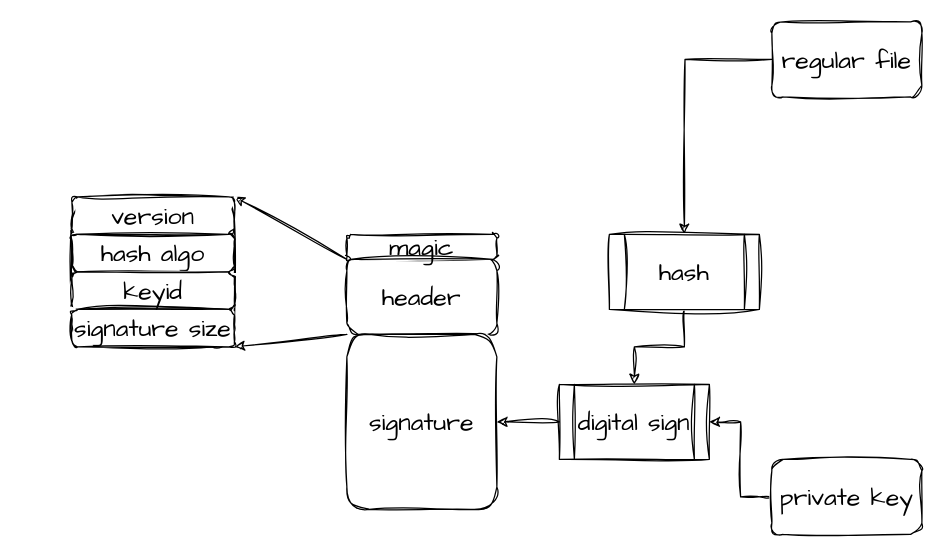
Earlier version of the draw.io diagram ima_sign.drawio (pkking/mydrawio). Source tidied: cells renumbered, new cells numbered last; positions are measured from the earlier drawing's top-left corner, leaving out a move shared by most shapes. Both pictures are drawn from the tidied source at 125%, with x=0, y=0 at pixel (71, 21).
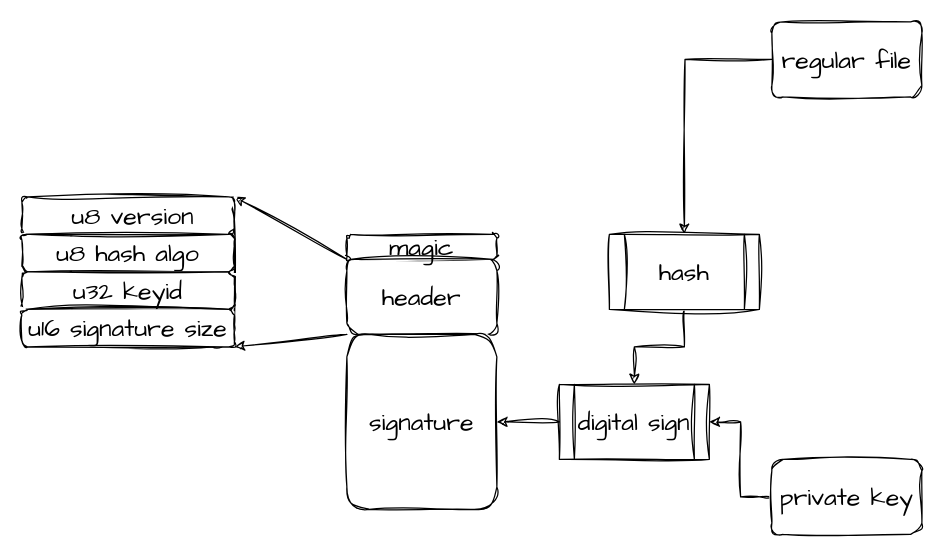
The same diagram, later.

Diff of the diagram source:
```diff
@@
-    <mxCell id="15" value="version " style="rounded=1;whiteSpace=wrap;html=1;sketch=1;hachureGap=4;jiggle=2;curveFitting=1;fontFamily=Architects Daughter;fontSize=20;" parent="1" vertex="1">
-      <mxGeometry y="140" width="130" height="30" as="geometry" />
+    <mxCell id="15" value="&amp;nbsp;u8 version " style="rounded=1;whiteSpace=wrap;html=1;sketch=1;hachureGap=4;jiggle=2;curveFitting=1;fontFamily=Architects Daughter;fontSize=20;" parent="1" vertex="1">
+      <mxGeometry x="-40" y="140" width="170" height="30" as="geometry" />
     </mxCell>
-    <mxCell id="16" value="hash algo" style="rounded=1;whiteSpace=wrap;html=1;sketch=1;hachureGap=4;jiggle=2;curveFitting=1;fontFamily=Architects Daughter;fontSize=20;" parent="1" vertex="1">
-      <mxGeometry y="170" width="130" height="30" as="geometry" />
+    <mxCell id="16" value="u8 hash algo" style="rounded=1;whiteSpace=wrap;html=1;sketch=1;hachureGap=4;jiggle=2;curveFitting=1;fontFamily=Architects Daughter;fontSize=20;" parent="1" vertex="1">
+      <mxGeometry x="-40" y="170" width="170" height="30" as="geometry" />
     </mxCell>
-    <mxCell id="17" value="keyid" style="rounded=1;whiteSpace=wrap;html=1;sketch=1;hachureGap=4;jiggle=2;curveFitting=1;fontFamily=Architects Daughter;fontSize=20;" parent="1" vertex="1">
-      <mxGeometry y="200" width="130" height="30" as="geometry" />
+    <mxCell id="17" value="u32 keyid" style="rounded=1;whiteSpace=wrap;html=1;sketch=1;hachureGap=4;jiggle=2;curveFitting=1;fontFamily=Architects Daughter;fontSize=20;" parent="1" vertex="1">
+      <mxGeometry x="-40" y="200" width="170" height="30" as="geometry" />
     </mxCell>
-    <mxCell id="18" value="signature size" style="rounded=1;whiteSpace=wrap;html=1;sketch=1;hachureGap=4;jiggle=2;curveFitting=1;fontFamily=Architects Daughter;fontSize=20;" parent="1" vertex="1">
-      <mxGeometry y="230" width="130" height="30" as="geometry" />
+    <mxCell id="18" value="u16 signature size" style="rounded=1;whiteSpace=wrap;html=1;sketch=1;hachureGap=4;jiggle=2;curveFitting=1;fontFamily=Architects Daughter;fontSize=20;" parent="1" vertex="1">
+      <mxGeometry x="-40" y="230" width="170" height="30" as="geometry" />
     </mxCell>
```
